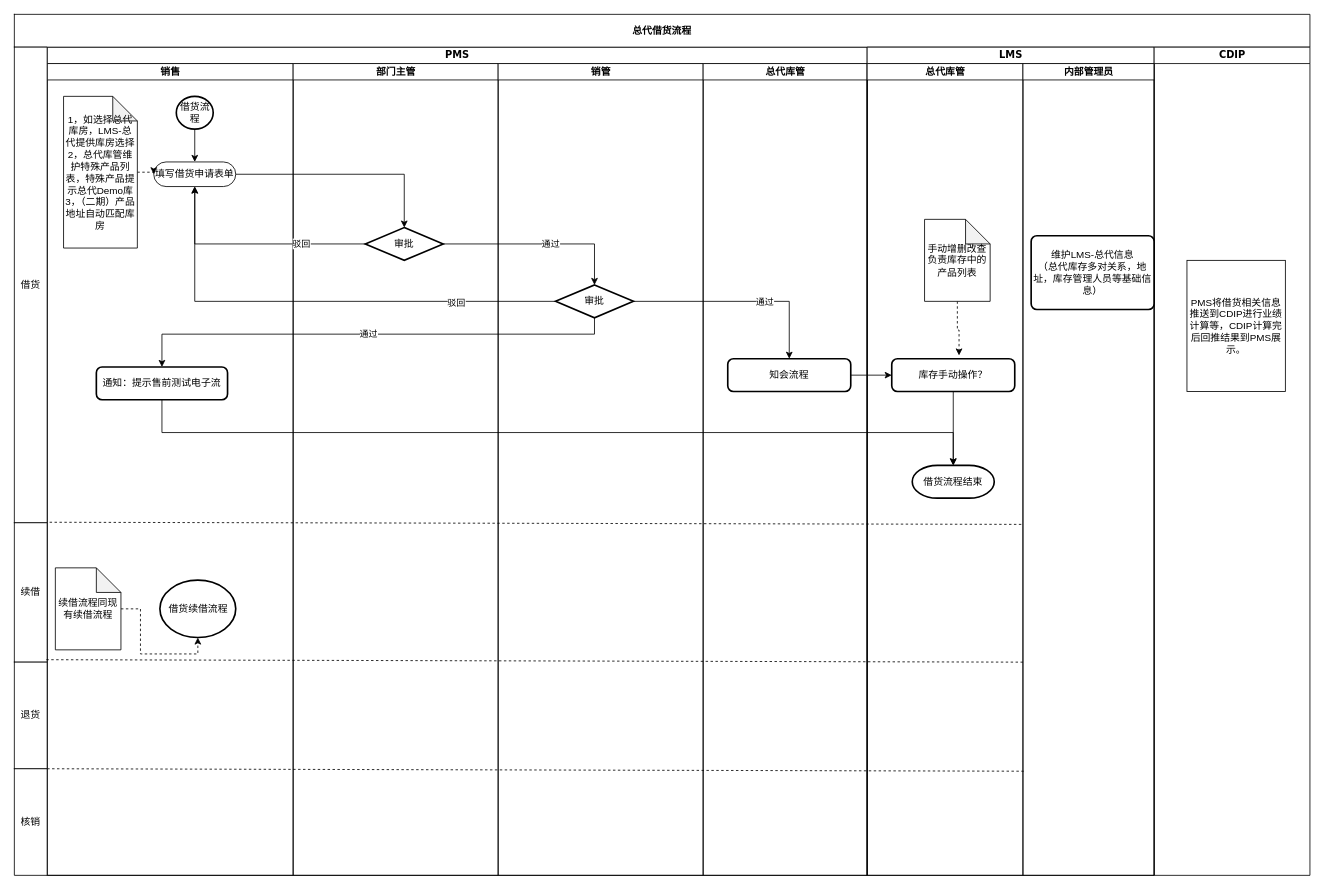
Earlier version of the draw.io diagram Untitled Diagram.drawio (timewaitsnoone/AspNetSaml). Source tidied: cells renumbered, new cells numbered last; positions are measured from the earlier drawing's top-left corner, leaving out a move shared by most shapes. Both pictures are drawn from the tidied source at 82%, with x=0, y=0 at pixel (14, 14).
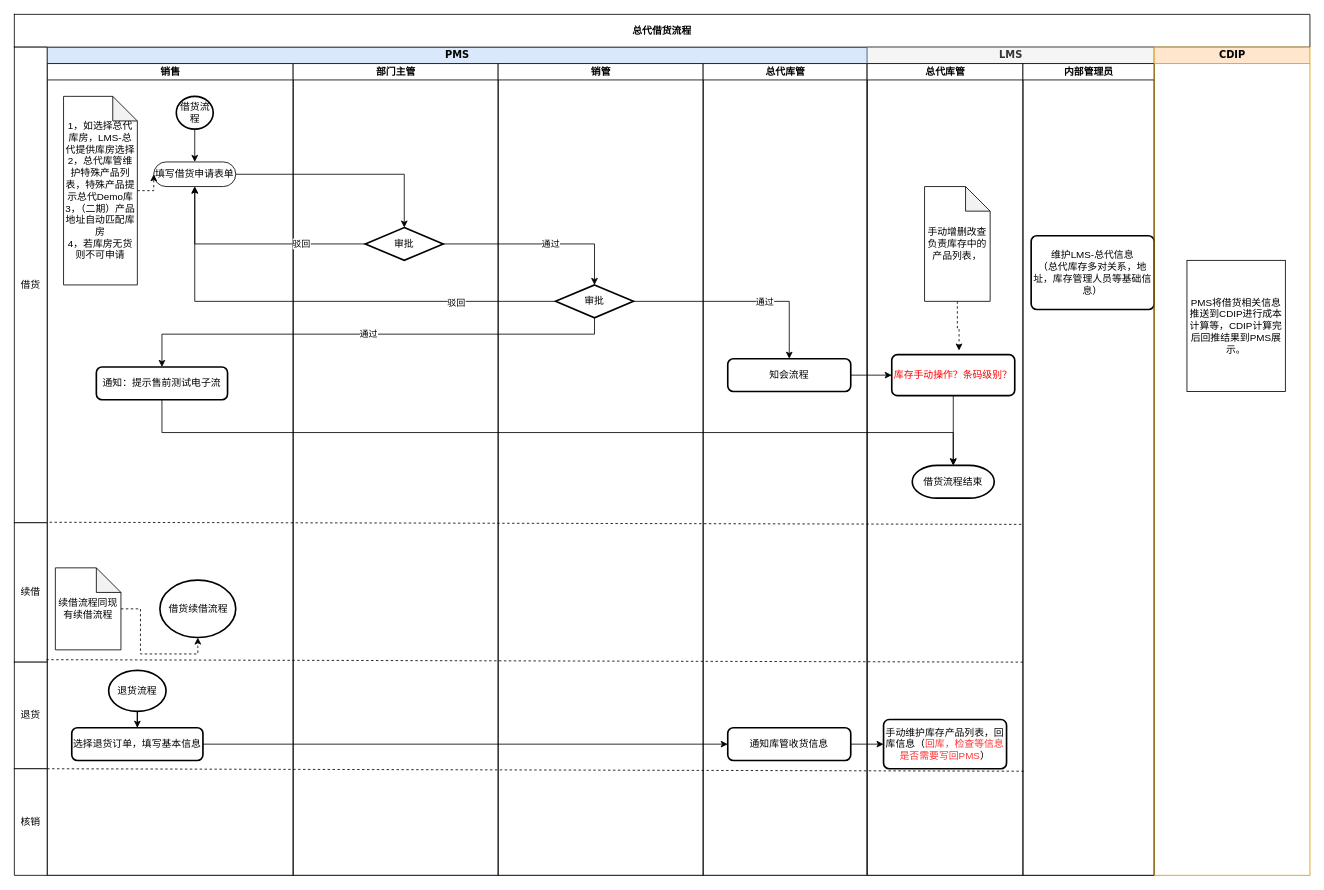
Above is the later version.

The change refers to these unchanged cells:
```xml
<mxCell id="3" value="销售" style="swimlane;html=1;startSize=20;" parent="2" vertex="1">
  <mxGeometry y="20" width="300" height="990" as="geometry" />
</mxCell>
<mxCell id="18" value="总代库管" style="swimlane;html=1;startSize=20;" parent="2" vertex="1">
  <mxGeometry x="800" y="20" width="200" height="990" as="geometry" />
</mxCell>
<mxCell id="36" value="总代库管" style="swimlane;html=1;startSize=20;" parent="35" vertex="1">
  <mxGeometry y="20" width="190" height="990" as="geometry" />
</mxCell>
```

What changed in the source:
```diff
@@
-    <mxCell id="2" value="PMS" style="swimlane;html=1;startSize=20;rounded=0;shadow=0;comic=0;labelBackgroundColor=none;strokeWidth=1;fontFamily=Verdana;fontSize=12;align=center;" parent="1" vertex="1">
+    <mxCell id="2" value="PMS" style="swimlane;html=1;startSize=20;rounded=0;shadow=0;comic=0;labelBackgroundColor=none;strokeWidth=1;fontFamily=Verdana;fontSize=12;align=center;fillColor=#dae8fc;strokeColor=#6c8ebf;" parent="1" vertex="1">
       <mxGeometry x="40" y="40" width="1000" height="1010" as="geometry" />
     </mxCell>
@@
-    <mxCell id="9" value="1，如选择总代库房，LMS-总代提供库房选择&lt;br&gt;2，总代库管维护特殊产品列表，特殊产品提示总代Demo库&lt;br&gt;3，（二期）产品地址自动匹配库房" style="shape=note;whiteSpace=wrap;html=1;backgroundOutline=1;darkOpacity=0.05;" parent="3" vertex="1">
-      <mxGeometry x="20" y="40" width="90" height="185" as="geometry" />
+    <mxCell id="9" value="1，如选择总代库房，LMS-总代提供库房选择&lt;br&gt;2，总代库管维护特殊产品列表，特殊产品提示总代Demo库&lt;br&gt;3，（二期）产品地址自动匹配库房&lt;br&gt;4，若库房无货则不可申请" style="shape=note;whiteSpace=wrap;html=1;backgroundOutline=1;darkOpacity=0.05;" parent="3" vertex="1">
+      <mxGeometry x="20" y="40" width="90" height="230" as="geometry" />
     </mxCell>
@@
+    <mxCell id="62" style="edgeStyle=orthogonalEdgeStyle;rounded=0;jettySize=auto;html=1;entryX=0.5;entryY=0;entryDx=0;entryDy=0;" parent="3" edge="1" source="63" target="64">
+      <mxGeometry relative="1" as="geometry" />
+    </mxCell>
+    <mxCell id="63" value="退货流程" style="strokeWidth=2;html=1;shape=mxgraph.flowchart.start_2;whiteSpace=wrap;" parent="3" vertex="1">
+      <mxGeometry x="75" y="740" width="70" height="50" as="geometry" />
+    </mxCell>
+    <mxCell id="64" value="选择退货订单，填写基本信息" style="rounded=1;whiteSpace=wrap;html=1;absoluteArcSize=1;arcSize=14;strokeWidth=2;" parent="3" vertex="1">
+      <mxGeometry x="30" y="810" width="160" height="40" as="geometry" />
+    </mxCell>
@@
+    <mxCell id="65" value="通知库管收货信息" style="rounded=1;whiteSpace=wrap;html=1;absoluteArcSize=1;arcSize=14;strokeWidth=2;" parent="18" vertex="1">
+      <mxGeometry x="30" y="810" width="150" height="40" as="geometry" />
+    </mxCell>
@@
+    <mxCell id="66" style="edgeStyle=orthogonalEdgeStyle;rounded=0;jettySize=auto;html=1;entryX=0;entryY=0.5;entryDx=0;entryDy=0;" parent="2" edge="1" source="64" target="65">
+      <mxGeometry relative="1" as="geometry" />
+    </mxCell>
@@
-    <mxCell id="35" value="LMS" style="swimlane;html=1;startSize=20;rounded=0;shadow=0;comic=0;labelBackgroundColor=none;strokeWidth=1;fontFamily=Verdana;fontSize=12;align=center;" parent="1" vertex="1">
+    <mxCell id="35" value="LMS" style="swimlane;html=1;startSize=20;rounded=0;shadow=0;comic=0;labelBackgroundColor=none;strokeWidth=1;fontFamily=Verdana;fontSize=12;align=center;fillColor=#f5f5f5;strokeColor=#666666;fontColor=#333333;" parent="1" vertex="1">
       <mxGeometry x="1040" y="40" width="350" height="1010" as="geometry" />
     </mxCell>
@@
-    <mxCell id="38" value="库存手动操作？" style="rounded=1;whiteSpace=wrap;html=1;absoluteArcSize=1;arcSize=14;strokeWidth=2;" parent="36" vertex="1">
-      <mxGeometry x="30" y="360" width="150" height="40" as="geometry" />
+    <mxCell id="38" value="&lt;font color=&quot;#ff0000&quot;&gt;库存手动操作？条码级别？&lt;/font&gt;" style="rounded=1;whiteSpace=wrap;html=1;absoluteArcSize=1;arcSize=14;strokeWidth=2;" parent="36" vertex="1">
+      <mxGeometry x="30" y="355" width="150" height="50" as="geometry" />
     </mxCell>
@@
-    <mxCell id="41" value="手动增删改查负责库存中的产品列表" style="shape=note;whiteSpace=wrap;html=1;backgroundOutline=1;darkOpacity=0.05;" parent="36" vertex="1">
-      <mxGeometry x="70" y="190" width="80" height="100" as="geometry" />
+    <mxCell id="41" value="手动增删改查负责库存中的产品列表，" style="shape=note;whiteSpace=wrap;html=1;backgroundOutline=1;darkOpacity=0.05;" parent="36" vertex="1">
+      <mxGeometry x="70" y="150" width="80" height="140" as="geometry" />
     </mxCell>
+    <mxCell id="67" value="手动维护库存产品列表，回库信息（&lt;font color=&quot;#ff3333&quot;&gt;回库，检查等信息是否需要写回PMS&lt;/font&gt;）" style="rounded=1;whiteSpace=wrap;html=1;absoluteArcSize=1;arcSize=14;strokeWidth=2;" parent="36" vertex="1">
+      <mxGeometry x="20" y="800" width="150" height="60" as="geometry" />
+    </mxCell>
@@
-    <mxCell id="46" value="CDIP" style="swimlane;html=1;startSize=20;rounded=0;shadow=0;comic=0;labelBackgroundColor=none;strokeWidth=1;fontFamily=Verdana;fontSize=12;align=center;" parent="1" vertex="1">
+    <mxCell id="46" value="CDIP" style="swimlane;html=1;startSize=20;rounded=0;shadow=0;comic=0;labelBackgroundColor=none;strokeWidth=1;fontFamily=Verdana;fontSize=12;align=center;fillColor=#ffe6cc;strokeColor=#d79b00;" parent="1" vertex="1">
       <mxGeometry x="1390" y="40" width="190" height="1010" as="geometry" />
     </mxCell>
-    <mxCell id="47" value="PMS将借货相关信息推送到CDIP进行业绩计算等，CDIP计算完后回推结果到PMS展示。" style="whiteSpace=wrap;html=1;" parent="1" vertex="1">
+    <mxCell id="47" value="PMS将借货相关信息推送到CDIP进行成本计算等，CDIP计算完后回推结果到PMS展示。" style="whiteSpace=wrap;html=1;" parent="1" vertex="1">
       <mxGeometry x="1430" y="300" width="120" height="160" as="geometry" />
     </mxCell>
@@
+    <mxCell id="68" style="edgeStyle=orthogonalEdgeStyle;rounded=0;jettySize=auto;html=1;" parent="1" edge="1" source="65" target="67">
+      <mxGeometry relative="1" as="geometry" />
+    </mxCell>
```
